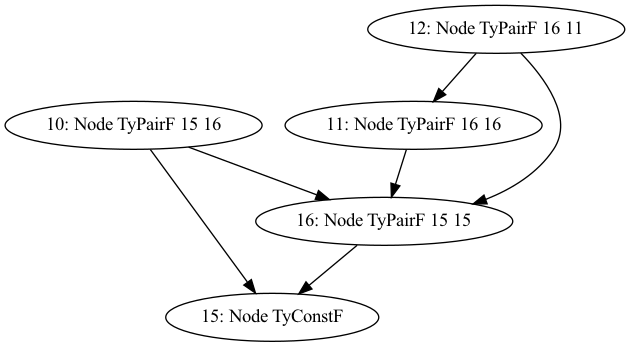
This is dot/exponential-processed.png from ejconlon/uniter, a Graphviz export, as it was before one commit. Its source is kept beside it as dot/exponential-processed.dot.
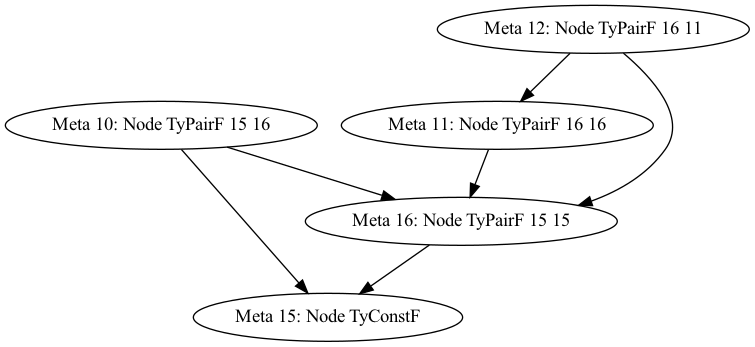
Above is the later version.

The edit, as a diff of the source:
```diff
@@ -1,10 +1,10 @@
 digraph
 {
-  "10" [label="10: Node TyPairF 15 16"]
-  "11" [label="11: Node TyPairF 16 16"]
-  "12" [label="12: Node TyPairF 16 11"]
-  "15" [label="15: Node TyConstF"]
-  "16" [label="16: Node TyPairF 15 15"]
+  "10" [label="Meta 10: Node TyPairF 15 16"]
+  "11" [label="Meta 11: Node TyPairF 16 16"]
+  "12" [label="Meta 12: Node TyPairF 16 11"]
+  "15" [label="Meta 15: Node TyConstF"]
+  "16" [label="Meta 16: Node TyPairF 15 15"]
   "10" -> "15"
   "10" -> "16"
   "11" -> "16"
```
